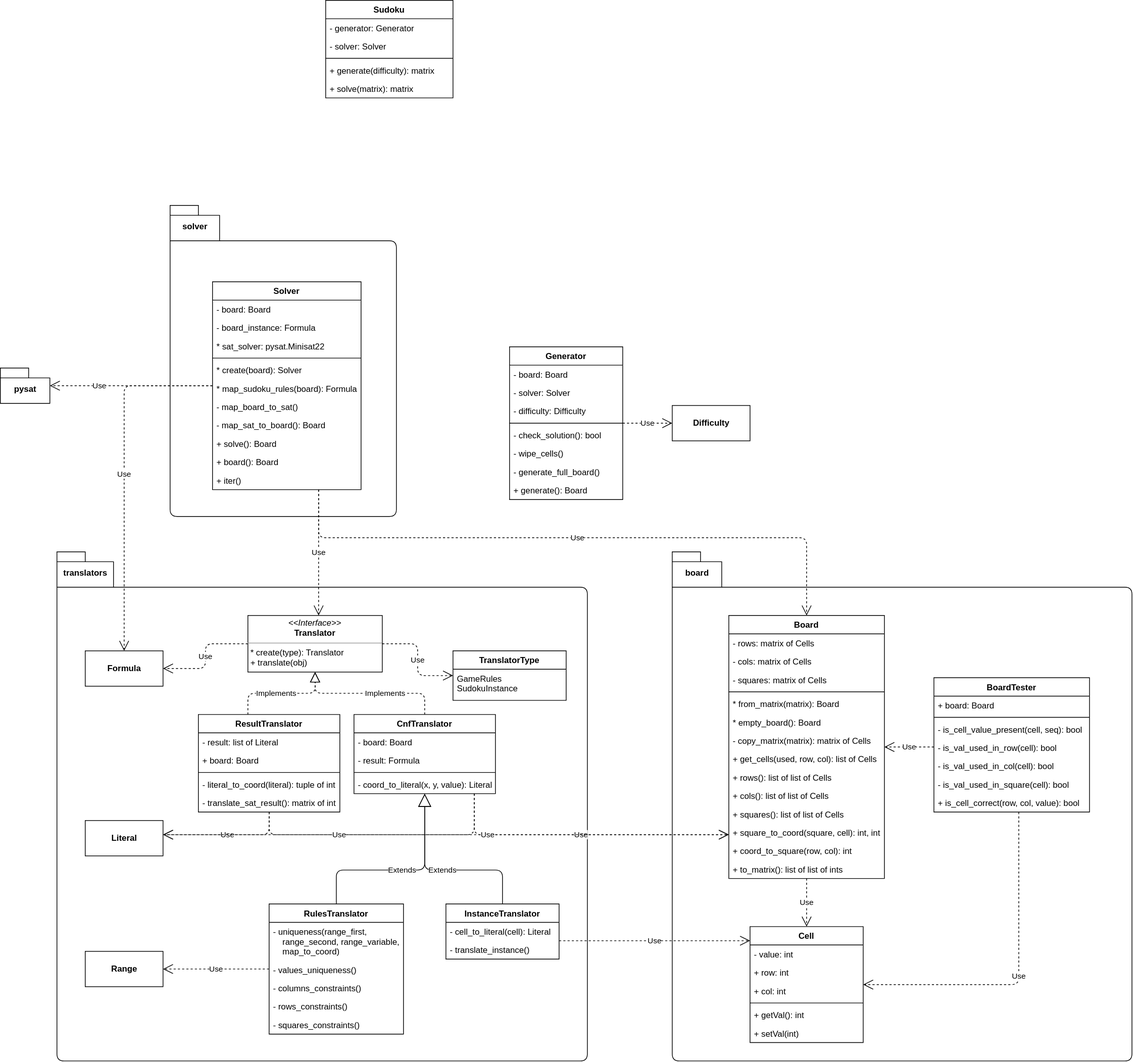
This is schema.drawio.svg from gabrielepongelli/PySudoku, a draw.io export, as it was before one commit. Source tidied: cells renumbered, new cells last; positions are measured from the earlier drawing's top-left corner, leaving out a move shared by most shapes.
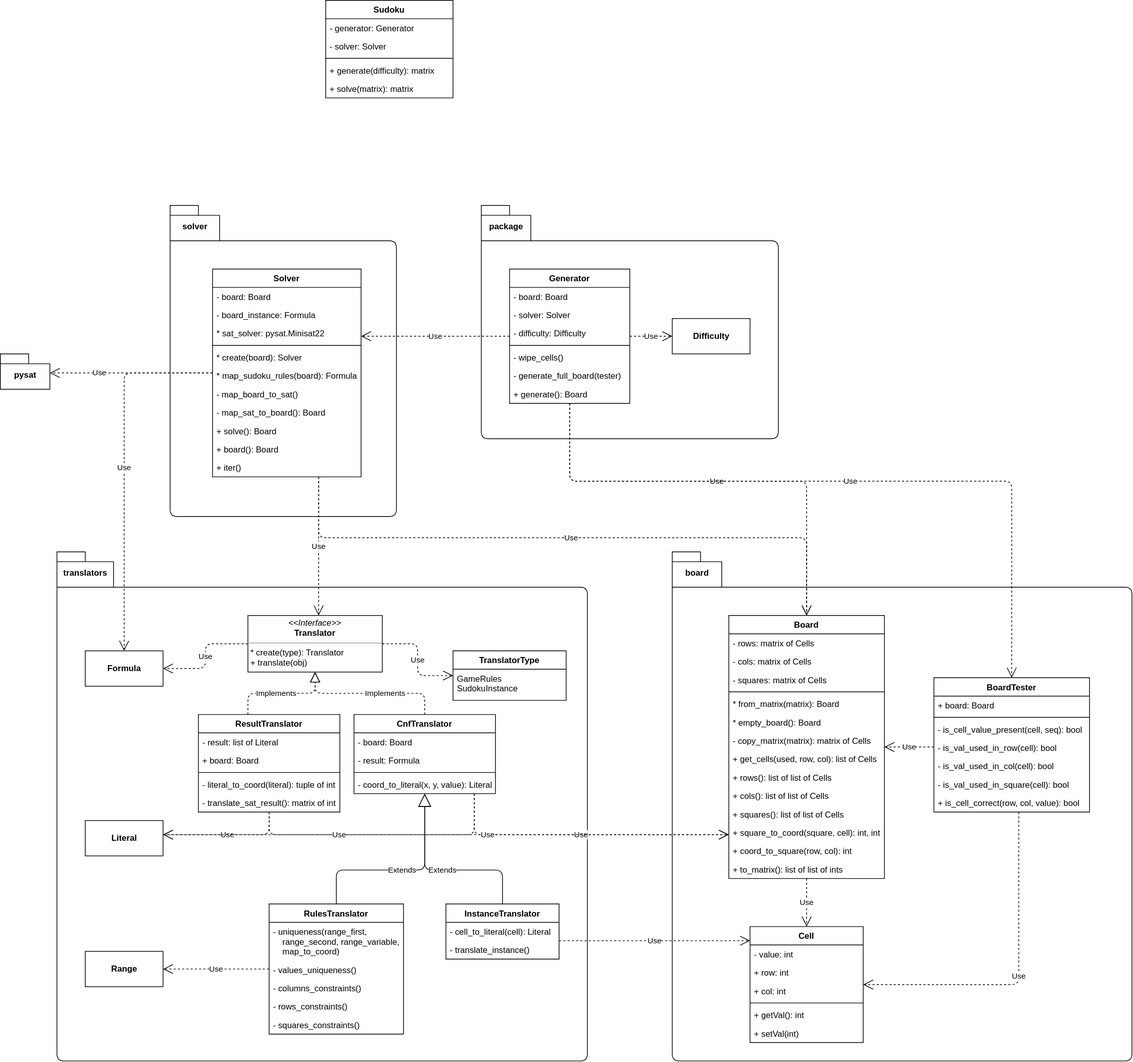
Later version of the same file.

Diff of the diagram source:
```diff
@@ -21,34 +21,31 @@
       <mxGeometry y="112" width="180" height="26" as="geometry" />
     </mxCell>
     <mxCell id="8" value="&lt;b&gt;Difficulty&lt;/b&gt;" style="html=1;" parent="1" vertex="1">
-      <mxGeometry x="950" y="573" width="110" height="50" as="geometry" />
+      <mxGeometry x="950" y="450" width="110" height="50" as="geometry" />
     </mxCell>
     <mxCell id="9" value="Generator" style="swimlane;fontStyle=1;align=center;verticalAlign=top;horizontal=1;startSize=26;" parent="1" vertex="1">
-      <mxGeometry x="720" y="490" width="160" height="216" as="geometry" />
+      <mxGeometry x="720" y="380" width="170" height="190" as="geometry" />
     </mxCell>
     <mxCell id="10" value="- board: Board" style="text;strokeColor=none;fillColor=none;align=left;verticalAlign=top;spacingLeft=4;spacingRight=4;overflow=hidden;" parent="9" vertex="1">
-      <mxGeometry y="26" width="160" height="26" as="geometry" />
+      <mxGeometry y="26" width="170" height="26" as="geometry" />
     </mxCell>
     <mxCell id="11" value="- solver: Solver" style="text;strokeColor=none;fillColor=none;align=left;verticalAlign=top;spacingLeft=4;spacingRight=4;overflow=hidden;" parent="9" vertex="1">
-      <mxGeometry y="52" width="160" height="26" as="geometry" />
+      <mxGeometry y="52" width="170" height="26" as="geometry" />
     </mxCell>
     <mxCell id="12" value="- difficulty: Difficulty" style="text;strokeColor=none;fillColor=none;align=left;verticalAlign=top;spacingLeft=4;spacingRight=4;overflow=hidden;" parent="9" vertex="1">
-      <mxGeometry y="78" width="160" height="26" as="geometry" />
+      <mxGeometry y="78" width="170" height="26" as="geometry" />
     </mxCell>
     <mxCell id="13" style="line;strokeWidth=1;fillColor=none;align=left;verticalAlign=middle;spacingTop=-1;spacingLeft=3;spacingRight=3;labelPosition=right;" parent="9" vertex="1">
-      <mxGeometry y="104" width="160" height="8" as="geometry" />
+      <mxGeometry y="104" width="170" height="8" as="geometry" />
     </mxCell>
-    <mxCell id="14" value="- check_solution(): bool" style="text;strokeColor=none;fillColor=none;align=left;verticalAlign=top;spacingLeft=4;spacingRight=4;overflow=hidden;" parent="9" vertex="1">
-      <mxGeometry y="112" width="160" height="26" as="geometry" />
-    </mxCell>
     <mxCell id="15" value="- wipe_cells()" style="text;strokeColor=none;fillColor=none;align=left;verticalAlign=top;spacingLeft=4;spacingRight=4;overflow=hidden;" parent="9" vertex="1">
-      <mxGeometry y="138" width="160" height="26" as="geometry" />
+      <mxGeometry y="112" width="170" height="26" as="geometry" />
     </mxCell>
-    <mxCell id="16" value="- generate_full_board()" style="text;strokeColor=none;fillColor=none;align=left;verticalAlign=top;spacingLeft=4;spacingRight=4;overflow=hidden;" parent="9" vertex="1">
-      <mxGeometry y="164" width="160" height="26" as="geometry" />
+    <mxCell id="16" value="- generate_full_board(tester)" style="text;strokeColor=none;fillColor=none;align=left;verticalAlign=top;spacingLeft=4;spacingRight=4;overflow=hidden;" parent="9" vertex="1">
+      <mxGeometry y="138" width="170" height="26" as="geometry" />
     </mxCell>
     <mxCell id="17" value="+ generate(): Board" style="text;strokeColor=none;fillColor=none;align=left;verticalAlign=top;spacingLeft=4;spacingRight=4;overflow=hidden;" parent="9" vertex="1">
-      <mxGeometry y="190" width="160" height="26" as="geometry" />
+      <mxGeometry y="164" width="170" height="26" as="geometry" />
     </mxCell>
     <mxCell id="18" value="Cell" style="swimlane;fontStyle=1;align=center;verticalAlign=top;horizontal=1;startSize=26;" parent="1" vertex="1">
       <mxGeometry x="1060" y="1310" width="160" height="164" as="geometry" />
@@ -72,7 +69,7 @@
       <mxGeometry y="138" width="160" height="26" as="geometry" />
     </mxCell>
     <mxCell id="25" value="Solver" style="swimlane;fontStyle=1;align=center;verticalAlign=top;horizontal=1;startSize=26;" parent="1" vertex="1">
-      <mxGeometry x="300" y="398" width="210" height="294" as="geometry" />
+      <mxGeometry x="300" y="380" width="210" height="294" as="geometry" />
     </mxCell>
     <mxCell id="26" value="- board: Board" style="text;strokeColor=none;fillColor=none;align=left;verticalAlign=top;spacingLeft=4;spacingRight=4;overflow=hidden;" parent="25" vertex="1">
       <mxGeometry y="26" width="210" height="26" as="geometry" />
@@ -346,13 +343,13 @@
       <mxGeometry x="240" y="290" width="70" height="50" as="geometry" />
     </mxCell>
     <mxCell id="98" value="pysat" style="shape=folder;fontStyle=1;spacingTop=10;tabWidth=40;tabHeight=14;tabPosition=left;html=1;" parent="1" vertex="1">
-      <mxGeometry y="520" width="70" height="50" as="geometry" />
+      <mxGeometry y="500" width="70" height="50" as="geometry" />
     </mxCell>
     <mxCell id="99" value="Use" style="endArrow=open;endSize=12;dashed=1;html=1;edgeStyle=orthogonalEdgeStyle;" parent="1" edge="1" source="25" target="98">
       <mxGeometry x="0.39" relative="1" as="geometry">
         <Array as="points">
-          <mxPoint x="250" y="545" />
-          <mxPoint x="250" y="545" />
+          <mxPoint x="190" y="527" />
+          <mxPoint x="190" y="527" />
         </Array>
       </mxGeometry>
     </mxCell>
@@ -414,5 +411,41 @@
     <mxCell id="112" value="Use" style="endArrow=open;endSize=12;dashed=1;html=1;edgeStyle=orthogonalEdgeStyle;" parent="1" edge="1" source="25" target="74">
       <mxGeometry relative="1" as="geometry" />
     </mxCell>
+    <mxCell id="113" value="package" style="shape=folder;fontStyle=1;spacingTop=10;tabWidth=40;tabHeight=14;tabPosition=left;html=1;" parent="1" vertex="1">
+      <mxGeometry x="680" y="290" width="70" height="50" as="geometry" />
+    </mxCell>
+    <mxCell id="114" style="endArrow=none;html=1;entryX=0;entryY=0;entryDx=0;entryDy=50;entryPerimeter=0;exitX=0;exitY=0;exitDx=70;exitDy=50;exitPerimeter=0;" parent="1" edge="1" source="113" target="113">
+      <mxGeometry relative="1" as="geometry">
+        <Array as="points">
+          <mxPoint x="1100" y="340" />
+          <mxPoint x="1100" y="620" />
+          <mxPoint x="680" y="620" />
+        </Array>
+      </mxGeometry>
+    </mxCell>
+    <mxCell id="115" value="Use" style="endArrow=open;endSize=12;dashed=1;html=1;edgeStyle=orthogonalEdgeStyle;" parent="1" edge="1" source="9" target="25">
+      <mxGeometry relative="1" as="geometry">
+        <Array as="points">
+          <mxPoint x="570" y="475" />
+          <mxPoint x="570" y="475" />
+        </Array>
+      </mxGeometry>
+    </mxCell>
+    <mxCell id="116" value="Use" style="endArrow=open;endSize=12;dashed=1;html=1;edgeStyle=orthogonalEdgeStyle;" parent="1" edge="1" source="9" target="38">
+      <mxGeometry relative="1" as="geometry">
+        <Array as="points">
+          <mxPoint x="805" y="680" />
+          <mxPoint x="1140" y="680" />
+        </Array>
+      </mxGeometry>
+    </mxCell>
+    <mxCell id="117" value="Use" style="endArrow=open;endSize=12;dashed=1;html=1;edgeStyle=orthogonalEdgeStyle;" parent="1" edge="1" source="9" target="102">
+      <mxGeometry relative="1" as="geometry">
+        <Array as="points">
+          <mxPoint x="805" y="680" />
+          <mxPoint x="1430" y="680" />
+        </Array>
+      </mxGeometry>
+    </mxCell>
   </root>
 </mxGraphModel>
```
